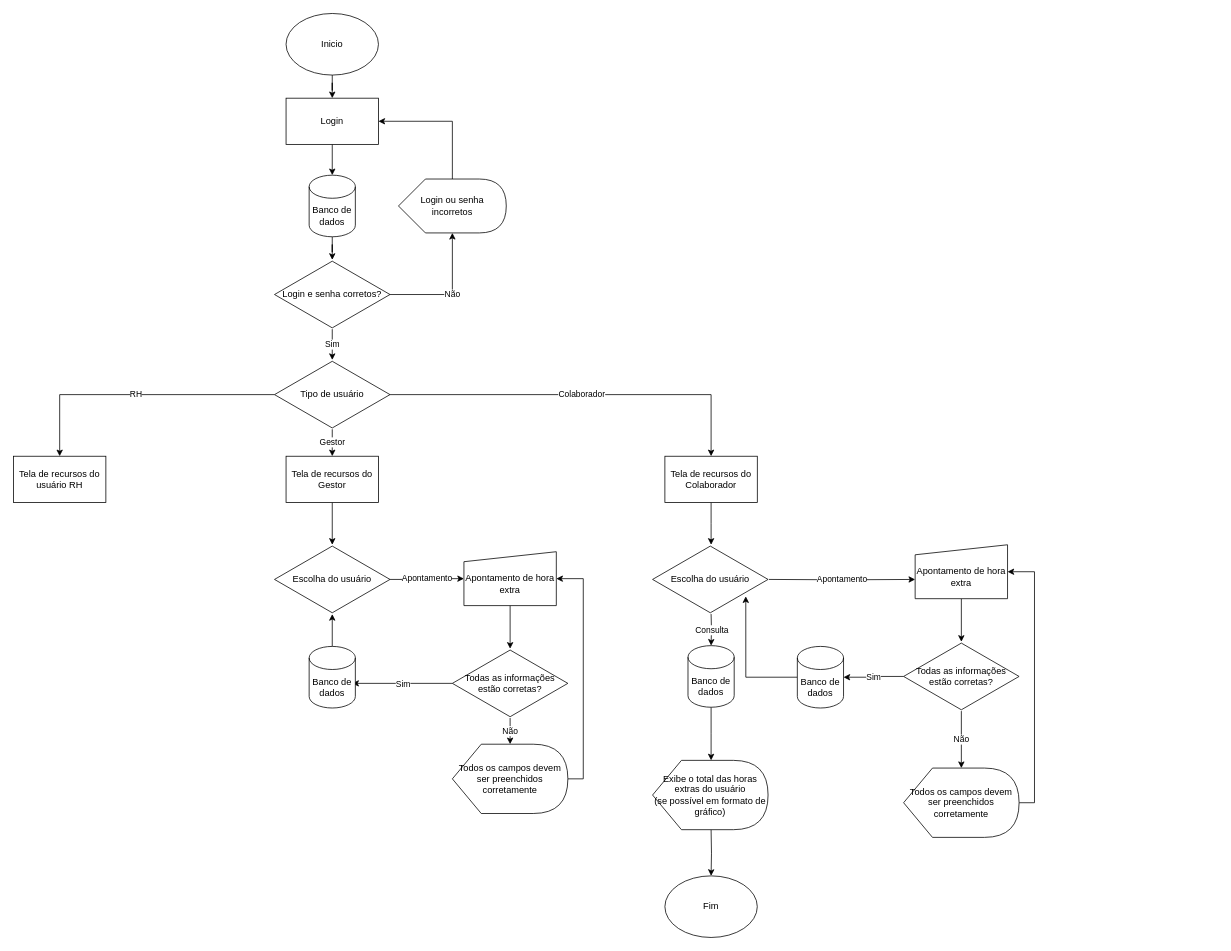
Before: Diagrama sem nome.drawio in dragonfatec/projeto2023, a draw.io diagram. Source tidied: cells renumbered, new cells numbered last; positions are measured from the earlier drawing's top-left corner, leaving out a move shared by most shapes. Both pictures are drawn from the tidied source at 77%, with x=0, y=0 at pixel (13, 13).
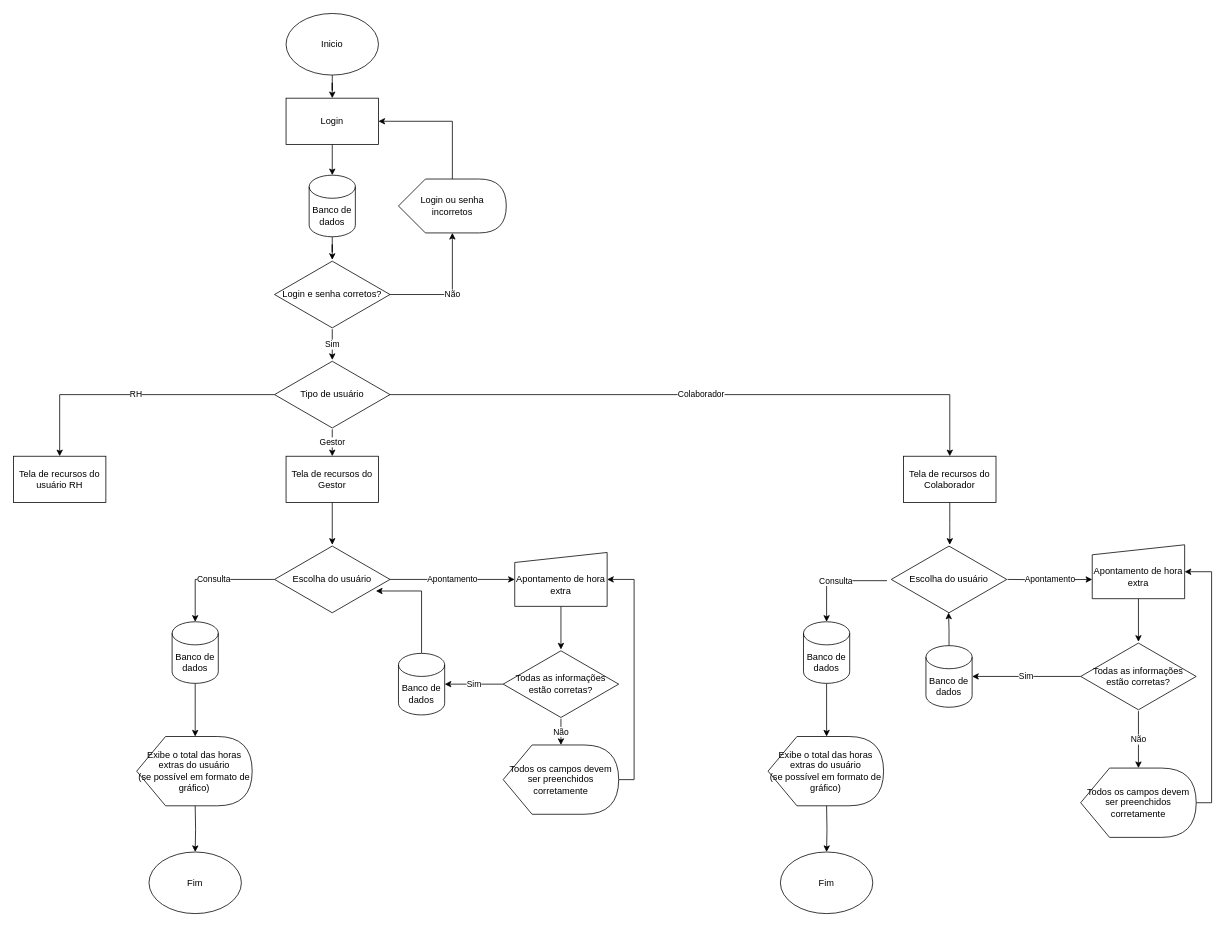
After the change.

Unchanged cells that the change refers to:
```xml
<mxCell id="38" value="Escolha do usuário" style="html=1;whiteSpace=wrap;shape=isoRectangle;" parent="1" vertex="1">
  <mxGeometry x="339" y="690" width="150" height="90" as="geometry" />
</mxCell>
```

The edit, as a diff of the source:
```diff
@@
     <mxCell id="20" style="edgeStyle=orthogonalEdgeStyle;rounded=0;jettySize=auto;html=1;" parent="1" edge="1" source="21">
       <mxGeometry relative="1" as="geometry">
-        <mxPoint x="906" y="690" as="targetPoint" />
+        <mxPoint x="1216" y="690" as="targetPoint" />
       </mxGeometry>
     </mxCell>
     <mxCell id="21" value="Tela de recursos do Colaborador" style="rounded=0;whiteSpace=wrap;html=1;" parent="1" vertex="1">
-      <mxGeometry x="846" y="575" width="120" height="60" as="geometry" />
+      <mxGeometry x="1156" y="575" width="120" height="60" as="geometry" />
     </mxCell>
@@
     <mxCell id="23" value="&lt;span style=&quot;font-family: Helvetica; font-size: 12px; font-style: normal; font-variant-ligatures: normal; font-variant-caps: normal; font-weight: 400; letter-spacing: normal; orphans: 2; text-align: center; text-indent: 0px; text-transform: none; widows: 2; word-spacing: 0px; -webkit-text-stroke-width: 0px; text-decoration-thickness: initial; text-decoration-style: initial; text-decoration-color: initial; float: none; display: inline !important;&quot;&gt;&lt;br&gt;Apontamento de hora extra&lt;/span&gt;" style="shape=manualInput;whiteSpace=wrap;html=1;size=13;" parent="1" vertex="1">
-      <mxGeometry x="1171" y="690" width="120" height="70" as="geometry" />
+      <mxGeometry x="1401" y="690" width="120" height="70" as="geometry" />
     </mxCell>
     <mxCell id="24" value="Apontamento" style="edgeStyle=orthogonalEdgeStyle;rounded=0;jettySize=auto;html=1;entryX=0;entryY=0.643;entryDx=0;entryDy=0;entryPerimeter=0;" parent="1" edge="1" target="23">
       <mxGeometry relative="1" as="geometry">
-        <mxPoint x="981" y="735" as="sourcePoint" />
+        <mxPoint x="1291" y="735" as="sourcePoint" />
       </mxGeometry>
     </mxCell>
-    <mxCell id="25" value="Consulta" style="edgeStyle=orthogonalEdgeStyle;rounded=0;jettySize=auto;html=1;" parent="1" edge="1" target="28">
-      <mxGeometry relative="1" as="geometry">
-        <mxPoint x="906" y="780" as="sourcePoint" />
-      </mxGeometry>
+    <mxCell id="25" value="Consulta" style="edgeStyle=orthogonalEdgeStyle;rounded=0;jettySize=auto;html=1;exitX=-0.037;exitY=0.518;exitDx=0;exitDy=0;exitPerimeter=0;" parent="1" edge="1" source="26" target="28">
+      <mxGeometry relative="1" as="geometry" />
     </mxCell>
     <mxCell id="26" value="Escolha do usuário" style="html=1;whiteSpace=wrap;shape=isoRectangle;" parent="1" vertex="1">
-      <mxGeometry x="830" y="690" width="150" height="90" as="geometry" />
+      <mxGeometry x="1140" y="690" width="150" height="90" as="geometry" />
     </mxCell>
     <mxCell id="27" style="edgeStyle=orthogonalEdgeStyle;rounded=0;jettySize=auto;html=1;" parent="1" edge="1" source="28">
       <mxGeometry relative="1" as="geometry">
-        <mxPoint x="906" y="970" as="targetPoint" />
+        <mxPoint x="1056" y="939" as="targetPoint" />
       </mxGeometry>
     </mxCell>
     <mxCell id="28" value="Banco de dados" style="shape=cylinder3;whiteSpace=wrap;html=1;boundedLbl=1;backgroundOutline=1;size=15;" parent="1" vertex="1">
-      <mxGeometry x="876" y="821" width="60" height="80" as="geometry" />
+      <mxGeometry x="1026" y="790" width="60" height="80" as="geometry" />
     </mxCell>
     <mxCell id="29" style="edgeStyle=orthogonalEdgeStyle;rounded=0;jettySize=auto;html=1;" parent="1" edge="1" target="36">
       <mxGeometry relative="1" as="geometry">
-        <mxPoint x="906" y="1060" as="sourcePoint" />
+        <mxPoint x="1056" y="1029" as="sourcePoint" />
       </mxGeometry>
     </mxCell>
     <mxCell id="30" value="Exibe o total das horas extras do usuário&lt;br&gt;(se possível em formato de gráfico)" style="shape=display;whiteSpace=wrap;html=1;" parent="1" vertex="1">
-      <mxGeometry x="830" y="970" width="150" height="90" as="geometry" />
+      <mxGeometry x="980" y="939" width="150" height="90" as="geometry" />
     </mxCell>
@@
-    <mxCell id="32" value="Sim" style="edgeStyle=orthogonalEdgeStyle;rounded=0;jettySize=auto;html=1;" parent="1" edge="1" source="33" target="49">
+    <mxCell id="32" value="Sim" style="edgeStyle=orthogonalEdgeStyle;rounded=0;jettySize=auto;html=1;entryX=1;entryY=0.5;entryDx=0;entryDy=0;entryPerimeter=0;" parent="1" edge="1" source="33" target="49">
       <mxGeometry relative="1" as="geometry" />
     </mxCell>
     <mxCell id="33" value="Todas as informações estão corretas?" style="html=1;whiteSpace=wrap;shape=isoRectangle;" parent="1" vertex="1">
-      <mxGeometry x="1156" y="816" width="150" height="90" as="geometry" />
+      <mxGeometry x="1386" y="816" width="150" height="90" as="geometry" />
     </mxCell>
@@
     <mxCell id="35" value="Todos os campos devem ser preenchidos corretamente" style="shape=display;whiteSpace=wrap;html=1;" parent="1" vertex="1">
-      <mxGeometry x="1156" y="980" width="150" height="90" as="geometry" />
+      <mxGeometry x="1386" y="980" width="150" height="90" as="geometry" />
     </mxCell>
     <mxCell id="36" value="Fim" style="ellipse;whiteSpace=wrap;html=1;" parent="1" vertex="1">
-      <mxGeometry x="846" y="1120" width="120" height="80" as="geometry" />
+      <mxGeometry x="996" y="1089" width="120" height="80" as="geometry" />
     </mxCell>
@@
+    <mxCell id="50" value="Consulta" style="edgeStyle=orthogonalEdgeStyle;rounded=0;jettySize=auto;html=1;entryX=0.5;entryY=0;entryDx=0;entryDy=0;entryPerimeter=0;" parent="1" edge="1" source="38" target="53">
+      <mxGeometry relative="1" as="geometry" />
+    </mxCell>
@@
     <mxCell id="40" value="&lt;span style=&quot;font-family: Helvetica; font-size: 12px; font-style: normal; font-variant-ligatures: normal; font-variant-caps: normal; font-weight: 400; letter-spacing: normal; orphans: 2; text-align: center; text-indent: 0px; text-transform: none; widows: 2; word-spacing: 0px; -webkit-text-stroke-width: 0px; text-decoration-thickness: initial; text-decoration-style: initial; text-decoration-color: initial; float: none; display: inline !important;&quot;&gt;&lt;br&gt;Apontamento de hora extra&lt;/span&gt;" style="shape=manualInput;whiteSpace=wrap;html=1;size=13;" parent="1" vertex="1">
-      <mxGeometry x="585" y="699" width="120" height="70" as="geometry" />
+      <mxGeometry x="651" y="700" width="120" height="70" as="geometry" />
     </mxCell>
@@
-    <mxCell id="42" value="Sim" style="edgeStyle=orthogonalEdgeStyle;rounded=0;jettySize=auto;html=1;" parent="1" edge="1" source="43">
-      <mxGeometry relative="1" as="geometry">
-        <mxPoint x="440" y="870" as="targetPoint" />
-      </mxGeometry>
-    </mxCell>
+    <mxCell id="51" value="Sim" style="edgeStyle=orthogonalEdgeStyle;rounded=0;jettySize=auto;html=1;entryX=1;entryY=0.5;entryDx=0;entryDy=0;entryPerimeter=0;" parent="1" edge="1" source="43" target="47">
+      <mxGeometry relative="1" as="geometry" />
+    </mxCell>
     <mxCell id="43" value="Todas as informações estão corretas?" style="html=1;whiteSpace=wrap;shape=isoRectangle;" parent="1" vertex="1">
-      <mxGeometry x="570" y="825" width="150" height="90" as="geometry" />
+      <mxGeometry x="636" y="826" width="150" height="90" as="geometry" />
     </mxCell>
@@
     <mxCell id="45" value="Todos os campos devem ser preenchidos corretamente" style="shape=display;whiteSpace=wrap;html=1;" parent="1" vertex="1">
-      <mxGeometry x="570" y="949" width="150" height="90" as="geometry" />
+      <mxGeometry x="636" y="950" width="150" height="90" as="geometry" />
     </mxCell>
-    <mxCell id="46" style="edgeStyle=orthogonalEdgeStyle;rounded=0;jettySize=auto;html=1;" parent="1" edge="1" source="47" target="38">
-      <mxGeometry relative="1" as="geometry" />
+    <mxCell id="46" style="edgeStyle=orthogonalEdgeStyle;rounded=0;jettySize=auto;html=1;exitX=0.5;exitY=0;exitDx=0;exitDy=0;exitPerimeter=0;entryX=0.878;entryY=0.667;entryDx=0;entryDy=0;entryPerimeter=0;" parent="1" edge="1" source="47" target="38">
+      <mxGeometry relative="1" as="geometry">
+        <Array as="points">
+          <mxPoint x="530" y="750" />
+        </Array>
+      </mxGeometry>
     </mxCell>
     <mxCell id="47" value="Banco de dados" style="shape=cylinder3;whiteSpace=wrap;html=1;boundedLbl=1;backgroundOutline=1;size=15;" parent="1" vertex="1">
-      <mxGeometry x="384" y="822" width="60" height="80" as="geometry" />
+      <mxGeometry x="500" y="831" width="60" height="80" as="geometry" />
     </mxCell>
-    <mxCell id="48" style="edgeStyle=orthogonalEdgeStyle;rounded=0;jettySize=auto;html=1;entryX=0.807;entryY=0.744;entryDx=0;entryDy=0;entryPerimeter=0;" parent="1" edge="1" source="49" target="26">
-      <mxGeometry relative="1" as="geometry">
-        <Array as="points">
-          <mxPoint x="951" y="862" />
-        </Array>
-      </mxGeometry>
+    <mxCell id="48" style="edgeStyle=orthogonalEdgeStyle;rounded=0;jettySize=auto;html=1;entryX=0.496;entryY=0.979;entryDx=0;entryDy=0;entryPerimeter=0;" parent="1" edge="1" source="49" target="26">
+      <mxGeometry relative="1" as="geometry" />
     </mxCell>
     <mxCell id="49" value="Banco de dados" style="shape=cylinder3;whiteSpace=wrap;html=1;boundedLbl=1;backgroundOutline=1;size=15;" parent="1" vertex="1">
-      <mxGeometry x="1018" y="822" width="60" height="80" as="geometry" />
+      <mxGeometry x="1185" y="821" width="60" height="80" as="geometry" />
     </mxCell>
+    <mxCell id="52" style="edgeStyle=orthogonalEdgeStyle;rounded=0;jettySize=auto;html=1;" parent="1" edge="1" source="53">
+      <mxGeometry relative="1" as="geometry">
+        <mxPoint x="236" y="939" as="targetPoint" />
+      </mxGeometry>
+    </mxCell>
+    <mxCell id="53" value="Banco de dados" style="shape=cylinder3;whiteSpace=wrap;html=1;boundedLbl=1;backgroundOutline=1;size=15;" parent="1" vertex="1">
+      <mxGeometry x="206" y="790" width="60" height="80" as="geometry" />
+    </mxCell>
+    <mxCell id="54" style="edgeStyle=orthogonalEdgeStyle;rounded=0;jettySize=auto;html=1;" parent="1" edge="1" target="56">
+      <mxGeometry relative="1" as="geometry">
+        <mxPoint x="236" y="1029" as="sourcePoint" />
+      </mxGeometry>
+    </mxCell>
+    <mxCell id="55" value="Exibe o total das horas extras do usuário&lt;br&gt;(se possível em formato de gráfico)" style="shape=display;whiteSpace=wrap;html=1;" parent="1" vertex="1">
+      <mxGeometry x="160" y="939" width="150" height="90" as="geometry" />
+    </mxCell>
+    <mxCell id="56" value="Fim" style="ellipse;whiteSpace=wrap;html=1;" parent="1" vertex="1">
+      <mxGeometry x="176" y="1089" width="120" height="80" as="geometry" />
+    </mxCell>
```
